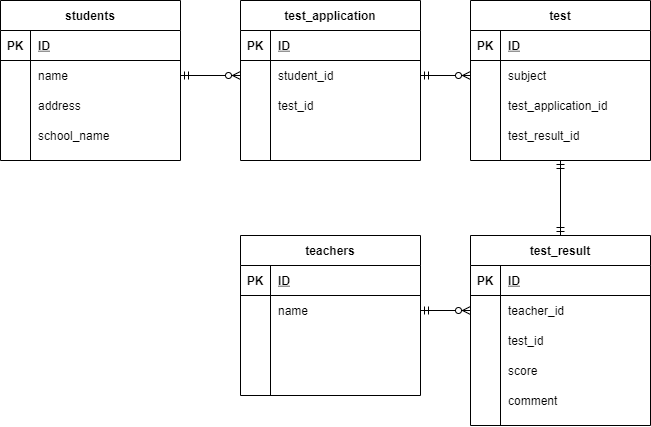
Before: index.drawio.png, a diagram exported from draw.io (mairu843/20210625_ikeda). Source tidied: cells renumbered, new cells last; positions are measured from the earlier drawing's top-left corner, leaving out a move shared by most shapes.
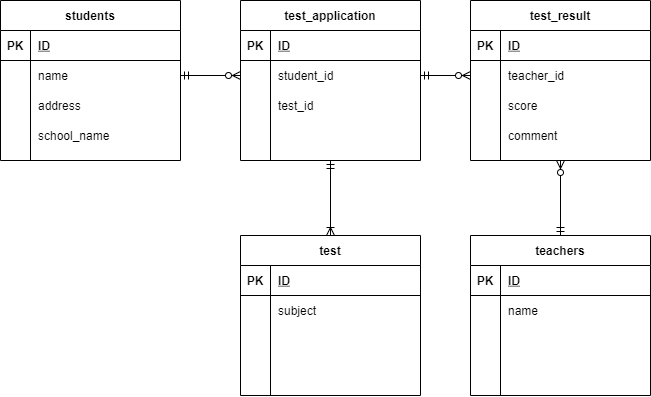
The same diagram one commit later.

Change to the diagram source:
```diff
@@ -45,7 +45,7 @@
       <mxGeometry x="30" width="150" height="30" as="geometry" />
     </mxCell>
     <mxCell id="16" value="test_result" style="shape=table;startSize=30;rowLines=0;fontStyle=1;align=center;" parent="1" vertex="1">
-      <mxGeometry x="470" y="235" width="180" height="190" as="geometry" />
+      <mxGeometry x="470" width="180" height="160" as="geometry" />
     </mxCell>
     <mxCell id="17" style="shape=partialRectangle;fillColor=none;top=0;left=0;bottom=1;right=0;" parent="16" vertex="1">
       <mxGeometry y="30" width="180" height="30" as="geometry" />
@@ -65,17 +65,8 @@
     <mxCell id="22" value="teacher_id" style="shape=partialRectangle;fillColor=none;top=0;left=0;bottom=0;right=0;align=left;spacingLeft=6;overflow=hidden;" parent="20" vertex="1">
       <mxGeometry x="30" width="150" height="30" as="geometry" />
     </mxCell>
-    <mxCell id="23" style="shape=partialRectangle;fillColor=none;top=0;left=0;bottom=0;right=0;" parent="16" vertex="1">
-      <mxGeometry y="90" width="180" height="30" as="geometry" />
-    </mxCell>
-    <mxCell id="24" style="shape=partialRectangle;fillColor=none;top=0;left=0;bottom=0;right=0;overflow=hidden;" parent="23" vertex="1">
-      <mxGeometry width="30" height="30" as="geometry" />
-    </mxCell>
-    <mxCell id="25" value="test_id" style="shape=partialRectangle;fillColor=none;top=0;left=0;bottom=0;right=0;align=left;spacingLeft=6;overflow=hidden;" parent="23" vertex="1">
-      <mxGeometry x="30" width="150" height="30" as="geometry" />
-    </mxCell>
     <mxCell id="26" style="shape=partialRectangle;fillColor=none;top=0;left=0;bottom=0;right=0;" parent="16" vertex="1">
-      <mxGeometry y="120" width="180" height="30" as="geometry" />
+      <mxGeometry y="90" width="180" height="30" as="geometry" />
     </mxCell>
     <mxCell id="27" style="shape=partialRectangle;fillColor=none;top=0;left=0;bottom=0;right=0;overflow=hidden;" parent="26" vertex="1">
       <mxGeometry width="30" height="30" as="geometry" />
@@ -84,7 +75,7 @@
       <mxGeometry x="30" width="150" height="30" as="geometry" />
     </mxCell>
     <mxCell id="29" style="shape=partialRectangle;fillColor=none;top=0;left=0;bottom=0;right=0;" parent="16" vertex="1">
-      <mxGeometry y="150" width="180" height="30" as="geometry" />
+      <mxGeometry y="120" width="180" height="30" as="geometry" />
     </mxCell>
     <mxCell id="30" style="shape=partialRectangle;fillColor=none;top=0;left=0;bottom=0;right=0;overflow=hidden;" parent="29" vertex="1">
       <mxGeometry width="30" height="30" as="geometry" />
@@ -93,7 +84,7 @@
       <mxGeometry x="30" width="150" height="30" as="geometry" />
     </mxCell>
     <mxCell id="32" value="teachers" style="shape=table;startSize=30;rowLines=0;fontStyle=1;align=center;" parent="1" vertex="1">
-      <mxGeometry x="240" y="235" width="180" height="160" as="geometry" />
+      <mxGeometry x="470" y="235" width="180" height="160" as="geometry" />
     </mxCell>
     <mxCell id="33" style="shape=partialRectangle;fillColor=none;top=0;left=0;bottom=1;right=0;" parent="32" vertex="1">
       <mxGeometry y="30" width="180" height="30" as="geometry" />
@@ -131,6 +122,9 @@
     <mxCell id="44" style="shape=partialRectangle;fillColor=none;top=0;left=0;bottom=0;right=0;align=left;spacingLeft=6;overflow=hidden;" parent="42" vertex="1">
       <mxGeometry x="30" width="150" height="30" as="geometry" />
     </mxCell>
+    <mxCell id="74" style="edgeStyle=orthogonalEdgeStyle;rounded=0;jettySize=auto;html=1;exitX=0.5;exitY=1;exitDx=0;exitDy=0;entryX=0.5;entryY=0;entryDx=0;entryDy=0;endArrow=ERoneToMany;endFill=0;startArrow=ERmandOne;startFill=0;" parent="1" edge="1" source="45" target="59">
+      <mxGeometry relative="1" as="geometry" />
+    </mxCell>
     <mxCell id="45" value="test_application" style="shape=table;startSize=30;rowLines=0;fontStyle=1;align=center;" parent="1" vertex="1">
       <mxGeometry x="240" width="180" height="160" as="geometry" />
     </mxCell>
@@ -170,11 +164,16 @@
     <mxCell id="57" style="shape=partialRectangle;fillColor=none;top=0;left=0;bottom=0;right=0;align=left;spacingLeft=6;overflow=hidden;" parent="55" vertex="1">
       <mxGeometry x="30" width="150" height="30" as="geometry" />
     </mxCell>
-    <mxCell id="58" style="edgeStyle=orthogonalEdgeStyle;rounded=0;jettySize=auto;html=1;entryX=1;entryY=0.5;entryDx=0;entryDy=0;startArrow=ERzeroToMany;startFill=1;endArrow=ERmandOne;endFill=0;exitX=0;exitY=0.5;exitDx=0;exitDy=0;" parent="1" edge="1" source="20" target="36">
+    <mxCell id="58" style="edgeStyle=orthogonalEdgeStyle;rounded=0;jettySize=auto;html=1;entryX=0.5;entryY=0;entryDx=0;entryDy=0;startArrow=ERzeroToMany;startFill=1;endArrow=ERmandOne;endFill=0;exitX=0.5;exitY=1;exitDx=0;exitDy=0;" parent="1" edge="1" source="16" target="32">
       <mxGeometry relative="1" as="geometry" />
     </mxCell>
+    <mxCell id="73" style="edgeStyle=orthogonalEdgeStyle;rounded=0;jettySize=auto;html=1;exitX=1;exitY=0.5;exitDx=0;exitDy=0;entryX=0;entryY=0.5;entryDx=0;entryDy=0;endArrow=ERzeroToMany;endFill=1;startArrow=ERmandOne;startFill=0;" parent="1" edge="1" source="49">
+      <mxGeometry relative="1" as="geometry">
+        <mxPoint x="470" y="75" as="targetPoint" />
+      </mxGeometry>
+    </mxCell>
     <mxCell id="59" value="test" style="shape=table;startSize=30;rowLines=0;fontStyle=1;align=center;" parent="1" vertex="1">
-      <mxGeometry x="470" width="180" height="160" as="geometry" />
+      <mxGeometry x="240" y="235" width="180" height="160" as="geometry" />
     </mxCell>
     <mxCell id="60" style="shape=partialRectangle;fillColor=none;top=0;left=0;bottom=1;right=0;" parent="59" vertex="1">
       <mxGeometry y="30" width="180" height="30" as="geometry" />
@@ -188,35 +187,29 @@
     <mxCell id="63" style="shape=partialRectangle;fillColor=none;top=0;left=0;bottom=0;right=0;points=[[0,0.5],[1,0.5]];portConstraint=eastwest;" parent="59" vertex="1">
       <mxGeometry y="60" width="180" height="30" as="geometry" />
     </mxCell>
-    <mxCell id="64" style="shape=partialRectangle;fillColor=none;top=0;left=0;bottom=0;right=0;overflow=hidden;" parent="63" vertex="1">
-      <mxGeometry width="30" height="30" as="geometry" />
-    </mxCell>
+    <mxCell id="75" style="shape=partialRectangle;fillColor=none;top=0;left=0;bottom=0;right=0;overflow=hidden;" parent="63" vertex="1">
+      <mxGeometry width="30" height="30" as="geometry" />
+    </mxCell>
     <mxCell id="65" value="subject" style="shape=partialRectangle;fillColor=none;top=0;left=0;bottom=0;right=0;align=left;spacingLeft=6;overflow=hidden;" parent="63" vertex="1">
       <mxGeometry x="30" width="150" height="30" as="geometry" />
     </mxCell>
-    <mxCell id="66" style="shape=partialRectangle;fillColor=none;top=0;left=0;bottom=0;right=0;" parent="59" vertex="1">
-      <mxGeometry y="90" width="180" height="30" as="geometry" />
-    </mxCell>
-    <mxCell id="67" style="shape=partialRectangle;fillColor=none;top=0;left=0;bottom=0;right=0;overflow=hidden;" parent="66" vertex="1">
-      <mxGeometry width="30" height="30" as="geometry" />
-    </mxCell>
-    <mxCell id="68" value="test_application_id" style="shape=partialRectangle;fillColor=none;top=0;left=0;bottom=0;right=0;align=left;spacingLeft=6;overflow=hidden;" parent="66" vertex="1">
-      <mxGeometry x="30" width="150" height="30" as="geometry" />
-    </mxCell>
+    <mxCell id="76" style="shape=partialRectangle;fillColor=none;top=0;left=0;bottom=0;right=0;" parent="59" vertex="1">
+      <mxGeometry y="90" width="180" height="30" as="geometry" />
+    </mxCell>
+    <mxCell id="77" style="shape=partialRectangle;fillColor=none;top=0;left=0;bottom=0;right=0;overflow=hidden;" parent="76" vertex="1">
+      <mxGeometry width="30" height="30" as="geometry" />
+    </mxCell>
+    <mxCell id="78" style="shape=partialRectangle;fillColor=none;top=0;left=0;bottom=0;right=0;align=left;spacingLeft=6;overflow=hidden;" parent="76" vertex="1">
+      <mxGeometry x="30" width="150" height="30" as="geometry" />
+    </mxCell>
     <mxCell id="69" style="shape=partialRectangle;fillColor=none;top=0;left=0;bottom=0;right=0;" parent="59" vertex="1">
       <mxGeometry y="120" width="180" height="30" as="geometry" />
     </mxCell>
-    <mxCell id="70" style="shape=partialRectangle;fillColor=none;top=0;left=0;bottom=0;right=0;overflow=hidden;" parent="69" vertex="1">
-      <mxGeometry width="30" height="30" as="geometry" />
-    </mxCell>
-    <mxCell id="71" value="test_result_id" style="shape=partialRectangle;fillColor=none;top=0;left=0;bottom=0;right=0;align=left;spacingLeft=6;overflow=hidden;" parent="69" vertex="1">
-      <mxGeometry x="30" width="150" height="30" as="geometry" />
-    </mxCell>
-    <mxCell id="72" style="edgeStyle=orthogonalEdgeStyle;rounded=0;jettySize=auto;html=1;exitX=0.5;exitY=1;exitDx=0;exitDy=0;entryX=0.5;entryY=0;entryDx=0;entryDy=0;startArrow=ERmandOne;startFill=0;endArrow=ERmandOne;endFill=0;" parent="1" edge="1" source="59" target="16">
-      <mxGeometry relative="1" as="geometry" />
-    </mxCell>
-    <mxCell id="73" style="edgeStyle=orthogonalEdgeStyle;rounded=0;jettySize=auto;html=1;exitX=1;exitY=0.5;exitDx=0;exitDy=0;entryX=0;entryY=0.5;entryDx=0;entryDy=0;endArrow=ERzeroToMany;endFill=1;startArrow=ERmandOne;startFill=0;" parent="1" edge="1" source="49" target="63">
-      <mxGeometry relative="1" as="geometry" />
-    </mxCell>
+    <mxCell id="79" style="shape=partialRectangle;fillColor=none;top=0;left=0;bottom=0;right=0;overflow=hidden;" parent="69" vertex="1">
+      <mxGeometry width="30" height="30" as="geometry" />
+    </mxCell>
+    <mxCell id="80" style="shape=partialRectangle;fillColor=none;top=0;left=0;bottom=0;right=0;align=left;spacingLeft=6;overflow=hidden;" parent="69" vertex="1">
+      <mxGeometry x="30" width="150" height="30" as="geometry" />
+    </mxCell>
   </root>
 </mxGraphModel>
```
